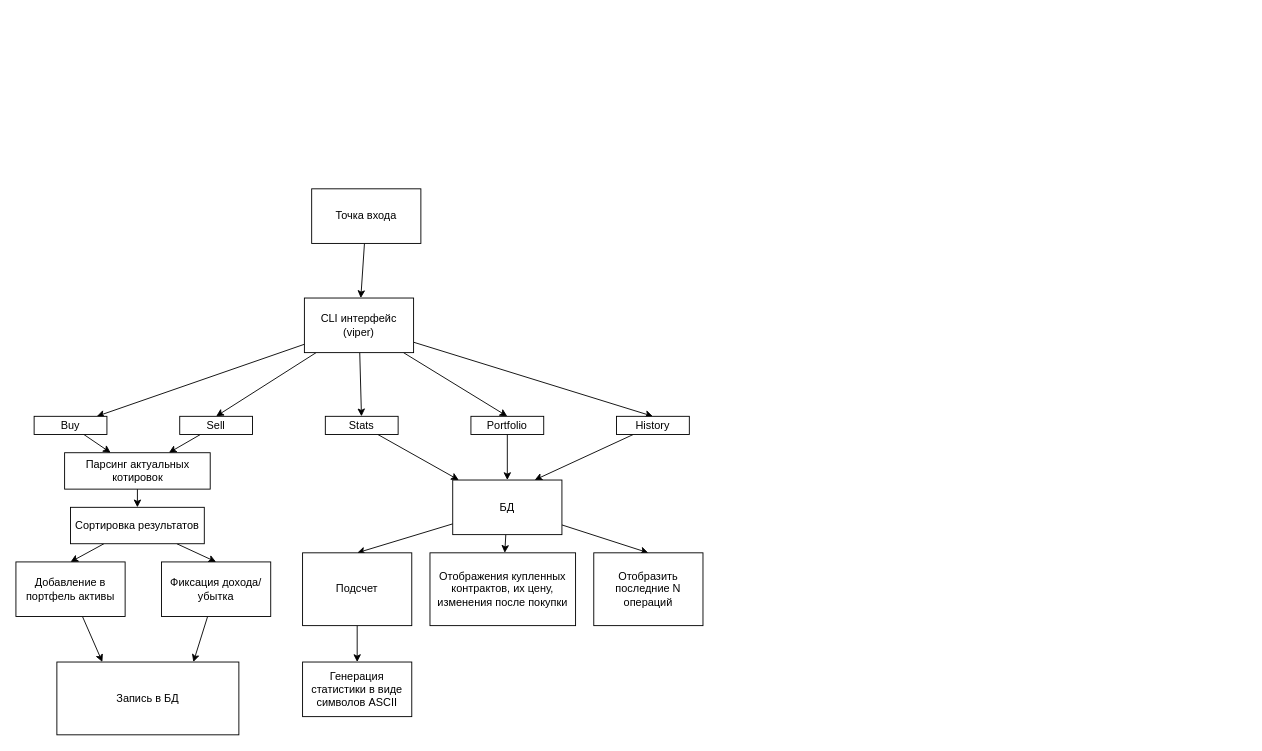
IIIUBA/TradeCLI keeps this draw.io diagram as schema.dio. Above is the earlier version. Source tidied: cells renumbered, new cells numbered last; positions are measured from the earlier drawing's top-left corner, leaving out a move shared by most shapes. Both pictures are drawn from the tidied source at 91%, with x=0, y=0 at pixel (15, 188).
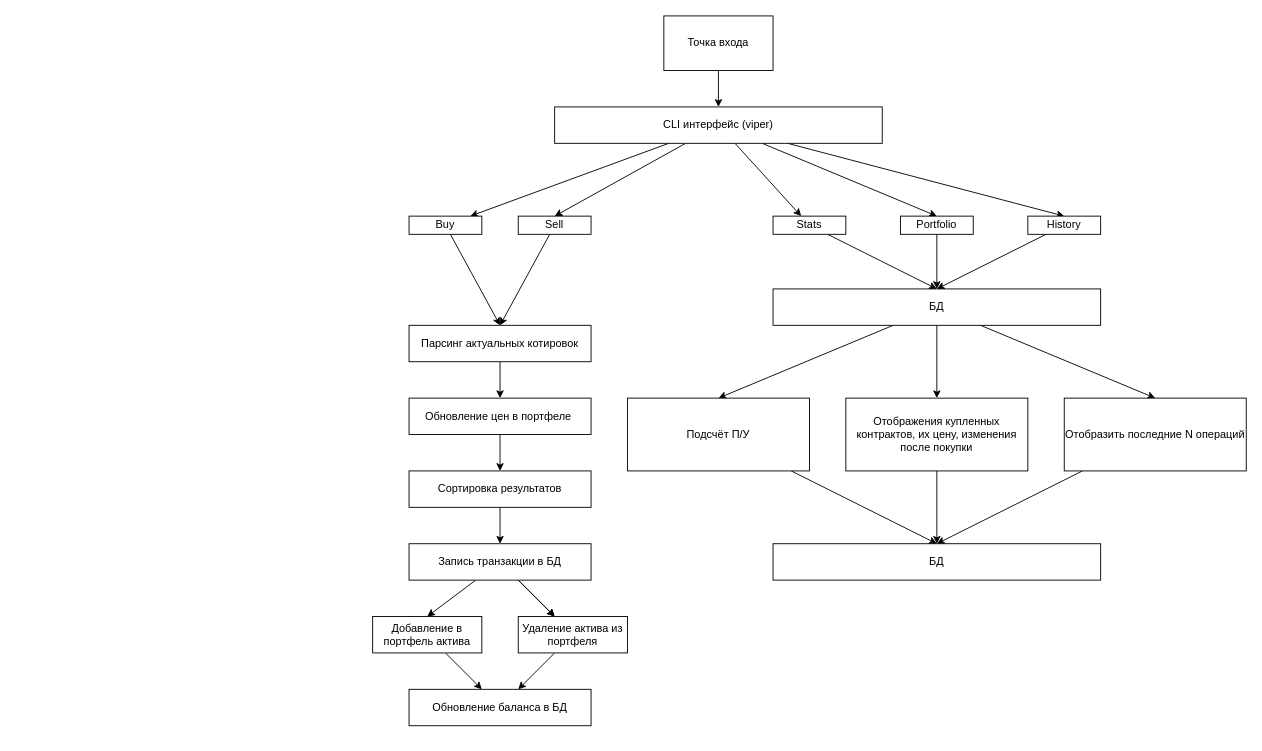
Above is the later version.

Change to the diagram source:
```diff
@@
     <mxCell id="7" value="CLI интерфейс (viper)" style="whiteSpace=wrap;html=1;" parent="1" vertex="1">
-      <mxGeometry x="317" y="120" width="120" height="60" as="geometry" />
+      <mxGeometry x="592" y="-90" width="360" height="40" as="geometry" />
     </mxCell>
-    <mxCell id="8" style="edgeStyle=none;html=1;" parent="1" edge="1" source="9" target="38">
+    <mxCell id="8" style="edgeStyle=none;html=1;entryX=0.5;entryY=0;entryDx=0;entryDy=0;" parent="1" edge="1" source="9" target="38">
       <mxGeometry relative="1" as="geometry" />
     </mxCell>
     <mxCell id="9" value="Buy" style="whiteSpace=wrap;html=1;" parent="1" vertex="1">
-      <mxGeometry x="20" y="250" width="80" height="20" as="geometry" />
+      <mxGeometry x="432" y="30" width="80" height="20" as="geometry" />
     </mxCell>
-    <mxCell id="10" style="edgeStyle=none;html=1;" parent="1" edge="1" source="11" target="38">
+    <mxCell id="10" style="edgeStyle=none;html=1;entryX=0.5;entryY=0;entryDx=0;entryDy=0;" parent="1" edge="1" source="11" target="38">
       <mxGeometry relative="1" as="geometry" />
     </mxCell>
     <mxCell id="11" value="Sell" style="whiteSpace=wrap;html=1;" parent="1" vertex="1">
-      <mxGeometry x="180" y="250" width="80" height="20" as="geometry" />
+      <mxGeometry x="552" y="30" width="80" height="20" as="geometry" />
     </mxCell>
-    <mxCell id="12" style="edgeStyle=none;html=1;" parent="1" edge="1" source="13" target="29">
+    <mxCell id="12" style="edgeStyle=none;html=1;entryX=0.5;entryY=0;entryDx=0;entryDy=0;" parent="1" edge="1" source="13" target="29">
       <mxGeometry relative="1" as="geometry" />
     </mxCell>
     <mxCell id="13" value="Stats" style="whiteSpace=wrap;html=1;" parent="1" vertex="1">
-      <mxGeometry x="340" y="250" width="80" height="20" as="geometry" />
+      <mxGeometry x="832" y="30" width="80" height="20" as="geometry" />
     </mxCell>
@@
     <mxCell id="15" value="Portfolio" style="whiteSpace=wrap;html=1;" parent="1" vertex="1">
-      <mxGeometry x="500" y="250" width="80" height="20" as="geometry" />
+      <mxGeometry x="972" y="30" width="80" height="20" as="geometry" />
     </mxCell>
-    <mxCell id="16" style="edgeStyle=none;html=1;entryX=0.75;entryY=0;entryDx=0;entryDy=0;" parent="1" edge="1" source="17" target="29">
+    <mxCell id="16" style="edgeStyle=none;html=1;entryX=0.5;entryY=0;entryDx=0;entryDy=0;" parent="1" edge="1" source="17" target="29">
       <mxGeometry relative="1" as="geometry" />
     </mxCell>
     <mxCell id="17" value="History" style="whiteSpace=wrap;html=1;" parent="1" vertex="1">
-      <mxGeometry x="660" y="250" width="80" height="20" as="geometry" />
+      <mxGeometry x="1112" y="30" width="80" height="20" as="geometry" />
     </mxCell>
-    <mxCell id="18" style="edgeStyle=none;html=1;entryX=0.5;entryY=0;entryDx=0;entryDy=0;" parent="1" edge="1" source="20" target="22">
-      <mxGeometry relative="1" as="geometry" />
-    </mxCell>
-    <mxCell id="19" style="edgeStyle=none;html=1;entryX=0.5;entryY=0;entryDx=0;entryDy=0;" parent="1" edge="1" source="20" target="25">
-      <mxGeometry relative="1" as="geometry" />
-    </mxCell>
+    <mxCell id="39" style="edgeStyle=none;html=1;" parent="1" edge="1" source="20" target="23">
+      <mxGeometry relative="1" as="geometry" />
+    </mxCell>
     <mxCell id="20" value="Сортировка результатов" style="whiteSpace=wrap;html=1;" parent="1" vertex="1">
-      <mxGeometry x="60" y="350" width="147" height="40" as="geometry" />
+      <mxGeometry x="432" y="310" width="200" height="40" as="geometry" />
     </mxCell>
-    <mxCell id="21" style="edgeStyle=none;html=1;entryX=0.25;entryY=0;entryDx=0;entryDy=0;" parent="1" edge="1" source="22" target="23">
-      <mxGeometry relative="1" as="geometry" />
-    </mxCell>
+    <mxCell id="40" style="edgeStyle=none;html=1;" parent="1" edge="1" source="22" target="51">
+      <mxGeometry relative="1" as="geometry" />
+    </mxCell>
-    <mxCell id="22" value="Добавление в портфель активы" style="whiteSpace=wrap;html=1;" parent="1" vertex="1">
-      <mxGeometry y="410" width="120" height="60" as="geometry" />
+    <mxCell id="22" value="Добавление в портфель актива" style="whiteSpace=wrap;html=1;" parent="1" vertex="1">
+      <mxGeometry x="392" y="470" width="120" height="40" as="geometry" />
     </mxCell>
+    <mxCell id="41" style="edgeStyle=none;html=1;" parent="1" edge="1" source="23" target="25">
+      <mxGeometry relative="1" as="geometry" />
+    </mxCell>
+    <mxCell id="42" style="edgeStyle=none;html=1;" parent="1" edge="1" source="23" target="25">
+      <mxGeometry relative="1" as="geometry" />
+    </mxCell>
+    <mxCell id="43" style="edgeStyle=none;html=1;entryX=0.5;entryY=0;entryDx=0;entryDy=0;" parent="1" edge="1" source="23" target="22">
+      <mxGeometry relative="1" as="geometry" />
+    </mxCell>
-    <mxCell id="23" value="Запись в БД" style="whiteSpace=wrap;html=1;" parent="1" vertex="1">
-      <mxGeometry x="45" y="520" width="200" height="80" as="geometry" />
+    <mxCell id="23" value="Запись транзакции в БД" style="whiteSpace=wrap;html=1;" parent="1" vertex="1">
+      <mxGeometry x="432" y="390" width="200" height="40" as="geometry" />
     </mxCell>
-    <mxCell id="24" style="edgeStyle=none;html=1;entryX=0.75;entryY=0;entryDx=0;entryDy=0;" parent="1" edge="1" source="25" target="23">
-      <mxGeometry relative="1" as="geometry" />
-    </mxCell>
+    <mxCell id="44" style="edgeStyle=none;html=1;" parent="1" edge="1" source="25" target="51">
+      <mxGeometry relative="1" as="geometry" />
+    </mxCell>
-    <mxCell id="25" value="Фиксация дохода/убытка" style="whiteSpace=wrap;html=1;" parent="1" vertex="1">
-      <mxGeometry x="160" y="410" width="120" height="60" as="geometry" />
+    <mxCell id="25" value="Удаление актива из портфеля" style="whiteSpace=wrap;html=1;" parent="1" vertex="1">
+      <mxGeometry x="552" y="470" width="120" height="40" as="geometry" />
     </mxCell>
@@
-    <mxCell id="27" style="edgeStyle=none;html=1;entryX=0.5;entryY=0;entryDx=0;entryDy=0;" parent="1" edge="1" source="29" target="31">
-      <mxGeometry relative="1" as="geometry" />
-    </mxCell>
@@
+    <mxCell id="45" style="edgeStyle=none;html=1;entryX=0.5;entryY=0;entryDx=0;entryDy=0;" parent="1" edge="1" source="29" target="53">
+      <mxGeometry relative="1" as="geometry" />
+    </mxCell>
     <mxCell id="29" value="БД" style="whiteSpace=wrap;html=1;" parent="1" vertex="1">
-      <mxGeometry x="480" y="320" width="120" height="60" as="geometry" />
+      <mxGeometry x="832" y="110" width="360" height="40" as="geometry" />
     </mxCell>
-    <mxCell id="30" style="edgeStyle=none;html=1;" parent="1" edge="1" source="31" target="34">
-      <mxGeometry relative="1" as="geometry" />
-    </mxCell>
-    <mxCell id="31" value="Подсчет" style="whiteSpace=wrap;html=1;" parent="1" vertex="1">
-      <mxGeometry x="315" y="400" width="120" height="80" as="geometry" />
-    </mxCell>
+    <mxCell id="46" style="edgeStyle=none;html=1;" parent="1" edge="1" source="32" target="54">
+      <mxGeometry relative="1" as="geometry" />
+    </mxCell>
     <mxCell id="32" value="Отображения купленных контрактов, их цену, изменения после покупки" style="whiteSpace=wrap;html=1;" parent="1" vertex="1">
-      <mxGeometry x="455" y="400" width="160" height="80" as="geometry" />
+      <mxGeometry x="912" y="230" width="200" height="80" as="geometry" />
     </mxCell>
+    <mxCell id="47" style="edgeStyle=none;html=1;entryX=0.5;entryY=0;entryDx=0;entryDy=0;" parent="1" edge="1" source="33" target="54">
+      <mxGeometry relative="1" as="geometry" />
+    </mxCell>
     <mxCell id="33" value="Отобразить последние N операций" style="whiteSpace=wrap;html=1;" parent="1" vertex="1">
-      <mxGeometry x="635" y="400" width="120" height="80" as="geometry" />
+      <mxGeometry x="1152" y="230" width="200" height="80" as="geometry" />
     </mxCell>
-    <mxCell id="34" value="Генерация статистики в виде символов ASCII" style="whiteSpace=wrap;html=1;" parent="1" vertex="1">
-      <mxGeometry x="315" y="520" width="120" height="60" as="geometry" />
-    </mxCell>
@@
     <mxCell id="36" value="Точка входа" style="whiteSpace=wrap;html=1;" parent="1" vertex="1">
-      <mxGeometry x="325" width="120" height="60" as="geometry" />
+      <mxGeometry x="712" y="-190" width="120" height="60" as="geometry" />
     </mxCell>
-    <mxCell id="37" style="edgeStyle=none;html=1;entryX=0.5;entryY=0;entryDx=0;entryDy=0;" parent="1" edge="1" source="38" target="20">
-      <mxGeometry relative="1" as="geometry" />
-    </mxCell>
+    <mxCell id="48" style="edgeStyle=none;html=1;" parent="1" edge="1" source="38" target="50">
+      <mxGeometry relative="1" as="geometry" />
+    </mxCell>
     <mxCell id="38" value="Парсинг актуальных котировок" style="whiteSpace=wrap;html=1;" parent="1" vertex="1">
-      <mxGeometry x="53.5" y="290" width="160" height="40" as="geometry" />
+      <mxGeometry x="432" y="150" width="200" height="40" as="geometry" />
     </mxCell>
+    <mxCell id="49" style="edgeStyle=none;html=1;entryX=0.5;entryY=0;entryDx=0;entryDy=0;" parent="1" edge="1" source="50" target="20">
+      <mxGeometry relative="1" as="geometry" />
+    </mxCell>
+    <mxCell id="50" value="Обновление цен в портфеле&amp;nbsp;" style="whiteSpace=wrap;html=1;" parent="1" vertex="1">
+      <mxGeometry x="432" y="230" width="200" height="40" as="geometry" />
+    </mxCell>
+    <mxCell id="51" value="Обновление баланса в БД" style="whiteSpace=wrap;html=1;" parent="1" vertex="1">
+      <mxGeometry x="432" y="550" width="200" height="40" as="geometry" />
+    </mxCell>
+    <mxCell id="52" style="edgeStyle=none;html=1;entryX=0.5;entryY=0;entryDx=0;entryDy=0;" parent="1" edge="1" source="53" target="54">
+      <mxGeometry relative="1" as="geometry" />
+    </mxCell>
+    <mxCell id="53" value="Подсчёт П/У" style="whiteSpace=wrap;html=1;" parent="1" vertex="1">
+      <mxGeometry x="672" y="230" width="200" height="80" as="geometry" />
+    </mxCell>
+    <mxCell id="54" value="БД" style="whiteSpace=wrap;html=1;" parent="1" vertex="1">
+      <mxGeometry x="832" y="390" width="360" height="40" as="geometry" />
+    </mxCell>
```
